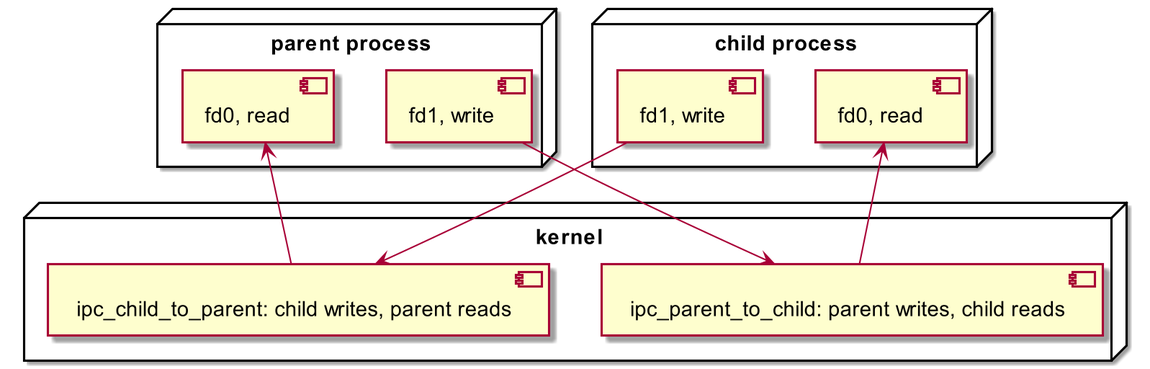
Before: docs/images/IPC_pipes.png, a diagram exported from PlantUML (Killerpug/OperatingSystems).
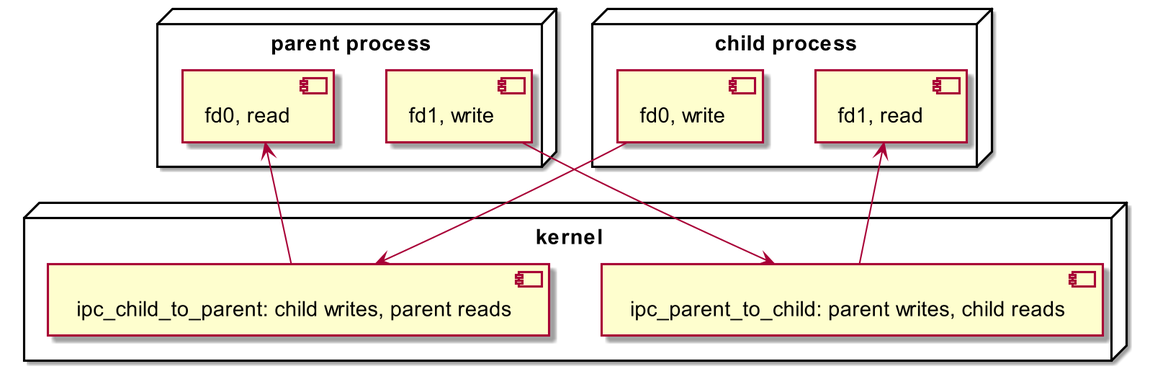
The same diagram one commit later.

Change to the diagram source:
```diff
@@ -7,8 +7,8 @@
 }
 
 node "child process" {
-[fd0, read ] as fd0child
-[fd1, write] as fd1child
+[fd1, read ] as fd0child
+[fd0, write] as fd1child
 }
 
 node "kernel" {
```
